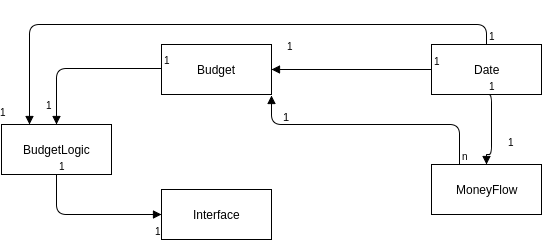
Above: Documentation/BeerBudget.png in Zamizmi/BeerBudget (draw.io), before the change. Source tidied: cells renumbered, new cells last; positions are measured from the earlier drawing's top-left corner, leaving out a move shared by most shapes. Source of this version:
```xml
<mxGraphModel background="#ffffff">
  <root>
    <mxCell id="0" />
    <mxCell id="1" parent="0" />
    <mxCell id="2" value="Budget" style="html=1;" parent="1" vertex="1">
      <mxGeometry x="160" y="20" width="110" height="50" as="geometry" />
    </mxCell>
    <mxCell id="3" value="Date" style="html=1;" parent="1" vertex="1">
      <mxGeometry x="430" y="20" width="110" height="50" as="geometry" />
    </mxCell>
    <mxCell id="4" value="MoneyFlow" style="html=1;" parent="1" vertex="1">
      <mxGeometry x="430" y="140" width="110" height="50" as="geometry" />
    </mxCell>
    <mxCell id="5" value="BudgetLogic" style="html=1;" parent="1" vertex="1">
      <mxGeometry y="100" width="110" height="50" as="geometry" />
    </mxCell>
    <mxCell id="6" value="Interface" style="html=1;" parent="1" vertex="1">
      <mxGeometry x="160" y="165" width="110" height="50" as="geometry" />
    </mxCell>
    <mxCell id="7" value="&amp;nbsp;" style="endArrow=block;endFill=1;html=1;edgeStyle=orthogonalEdgeStyle;align=left;verticalAlign=top;exitX=0;exitY=0.5;entryX=1;entryY=0.5;" parent="1" edge="1" source="3" target="2">
      <mxGeometry x="-1" relative="1" as="geometry" />
    </mxCell>
    <mxCell id="8" value="1" style="html=1;align=left;verticalAlign=bottom;labelBackgroundColor=#ffffff;fontSize=10;" parent="7" vertex="1">
      <mxGeometry x="-1" relative="1" as="geometry" />
    </mxCell>
    <mxCell id="9" value="1" style="endArrow=block;endFill=1;html=1;edgeStyle=orthogonalEdgeStyle;align=left;verticalAlign=top;exitX=0.25;exitY=0;entryX=1;entryY=1.02;entryPerimeter=0;" parent="1" edge="1" source="4" target="2">
      <mxGeometry x="0.93" y="-10" relative="1" as="geometry">
        <Array as="points">
          <mxPoint x="458" y="100" />
          <mxPoint x="270" y="100" />
        </Array>
      </mxGeometry>
    </mxCell>
    <mxCell id="10" value="n" style="html=1;align=left;verticalAlign=bottom;labelBackgroundColor=#ffffff;fontSize=10;" parent="9" vertex="1">
      <mxGeometry x="-1" relative="1" as="geometry" />
    </mxCell>
    <mxCell id="11" style="endArrow=block;endFill=1;html=1;edgeStyle=orthogonalEdgeStyle;align=left;verticalAlign=top;exitX=0.5;exitY=1;entryX=0.5;entryY=0;" parent="1" edge="1" source="3" target="4">
      <mxGeometry x="-0.44" y="-71" relative="1" as="geometry">
        <Array as="points">
          <mxPoint x="490" y="70" />
          <mxPoint x="490" y="130" />
          <mxPoint x="485" y="130" />
        </Array>
        <mxPoint x="141" y="10" as="offset" />
      </mxGeometry>
    </mxCell>
    <mxCell id="12" value="1" style="html=1;align=left;verticalAlign=bottom;labelBackgroundColor=#ffffff;fontSize=10;" parent="11" vertex="1">
      <mxGeometry x="-1" relative="1" as="geometry" />
    </mxCell>
    <mxCell id="13" value="1" style="html=1;align=left;verticalAlign=bottom;labelBackgroundColor=#ffffff;fontSize=10;" parent="1" vertex="1">
      <mxGeometry x="495" y="80" as="geometry">
        <mxPoint x="9" y="46" as="offset" />
      </mxGeometry>
    </mxCell>
    <mxCell id="14" value="1" style="html=1;align=left;verticalAlign=bottom;labelBackgroundColor=#ffffff;fontSize=10;" parent="1" vertex="1">
      <mxGeometry x="440" y="55" as="geometry">
        <mxPoint x="-157" y="-25" as="offset" />
      </mxGeometry>
    </mxCell>
    <mxCell id="15" value="&amp;nbsp;" style="endArrow=block;endFill=1;html=1;edgeStyle=orthogonalEdgeStyle;align=left;verticalAlign=top;exitX=0;exitY=0.5;entryX=0.5;entryY=0;" parent="1" edge="1" target="5">
      <mxGeometry x="-1" relative="1" as="geometry">
        <mxPoint x="160" y="44" as="sourcePoint" />
        <Array as="points">
          <mxPoint x="55" y="44" />
        </Array>
      </mxGeometry>
    </mxCell>
    <mxCell id="16" value="1" style="html=1;align=left;verticalAlign=bottom;labelBackgroundColor=#ffffff;fontSize=10;" parent="15" vertex="1">
      <mxGeometry x="-1" relative="1" as="geometry" />
    </mxCell>
    <mxCell id="17" value="1" style="html=1;align=left;verticalAlign=bottom;labelBackgroundColor=#ffffff;fontSize=10;" parent="1" vertex="1">
      <mxGeometry x="170" y="54" as="geometry">
        <mxPoint x="-128" y="35" as="offset" />
      </mxGeometry>
    </mxCell>
    <mxCell id="18" value="&amp;nbsp;" style="endArrow=block;endFill=1;html=1;edgeStyle=orthogonalEdgeStyle;align=left;verticalAlign=top;exitX=0.5;exitY=1;entryX=0;entryY=0.5;" parent="1" edge="1" source="5" target="6">
      <mxGeometry x="-1" relative="1" as="geometry">
        <Array as="points">
          <mxPoint x="55" y="190" />
        </Array>
      </mxGeometry>
    </mxCell>
    <mxCell id="19" value="1" style="html=1;align=left;verticalAlign=bottom;labelBackgroundColor=#ffffff;fontSize=10;" parent="18" vertex="1">
      <mxGeometry x="-1" relative="1" as="geometry" />
    </mxCell>
    <mxCell id="20" value="1" style="html=1;align=left;verticalAlign=bottom;labelBackgroundColor=#ffffff;fontSize=10;" parent="1" vertex="1">
      <mxGeometry x="65" y="160" as="geometry">
        <mxPoint x="86" y="55" as="offset" />
      </mxGeometry>
    </mxCell>
    <mxCell id="21" value="&amp;nbsp;" style="endArrow=block;endFill=1;html=1;edgeStyle=orthogonalEdgeStyle;align=left;verticalAlign=top;exitX=0.5;exitY=0;entryX=0.25;entryY=0;" parent="1" edge="1" source="3" target="5">
      <mxGeometry x="-1" y="61" relative="1" as="geometry">
        <Array as="points">
          <mxPoint x="485" />
          <mxPoint x="28" />
        </Array>
        <mxPoint x="60" y="-51" as="offset" />
      </mxGeometry>
    </mxCell>
    <mxCell id="22" value="1" style="html=1;align=left;verticalAlign=bottom;labelBackgroundColor=#ffffff;fontSize=10;" parent="21" vertex="1">
      <mxGeometry x="-1" relative="1" as="geometry" />
    </mxCell>
    <mxCell id="23" value="1" style="html=1;align=left;verticalAlign=bottom;labelBackgroundColor=#ffffff;fontSize=10;" parent="1" vertex="1">
      <mxGeometry x="180" y="64" as="geometry">
        <mxPoint x="-184" y="32" as="offset" />
      </mxGeometry>
    </mxCell>
  </root>
</mxGraphModel>
```
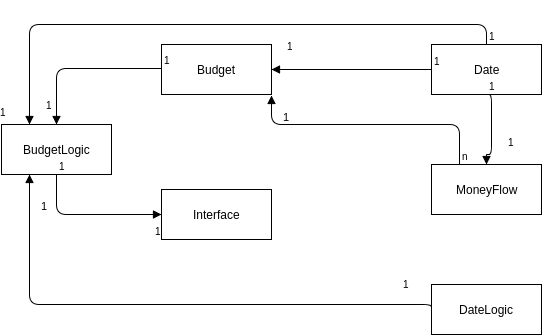
Above is the later version.

Commit message:
Class diagram

The edit, as a diff of the source:
```diff
@@ -1,4 +1,4 @@
-<mxGraphModel background="#ffffff">
+<mxGraphModel>
   <root>
     <mxCell id="0" />
     <mxCell id="1" parent="0" />
@@ -105,5 +105,21 @@
         <mxPoint x="-184" y="32" as="offset" />
       </mxGeometry>
     </mxCell>
+    <mxCell id="24" value="DateLogic" style="html=1;" parent="1" vertex="1">
+      <mxGeometry x="430" y="260" width="110" height="50" as="geometry" />
+    </mxCell>
+    <mxCell id="25" value="1" style="html=1;align=left;verticalAlign=bottom;labelBackgroundColor=#ffffff;fontSize=10;" parent="1" vertex="1">
+      <mxGeometry x="390" y="55" as="geometry">
+        <mxPoint x="9" y="213" as="offset" />
+      </mxGeometry>
+    </mxCell>
+    <mxCell id="26" value="1" style="endArrow=block;endFill=1;html=1;edgeStyle=orthogonalEdgeStyle;align=left;verticalAlign=top;exitX=0;exitY=0.5;entryX=0.25;entryY=1;" parent="1" edge="1" source="24" target="5">
+      <mxGeometry x="0.93" y="-10" relative="1" as="geometry">
+        <Array as="points">
+          <mxPoint x="430" y="280" />
+          <mxPoint x="28" y="280" />
+        </Array>
+      </mxGeometry>
+    </mxCell>
   </root>
 </mxGraphModel>
```
